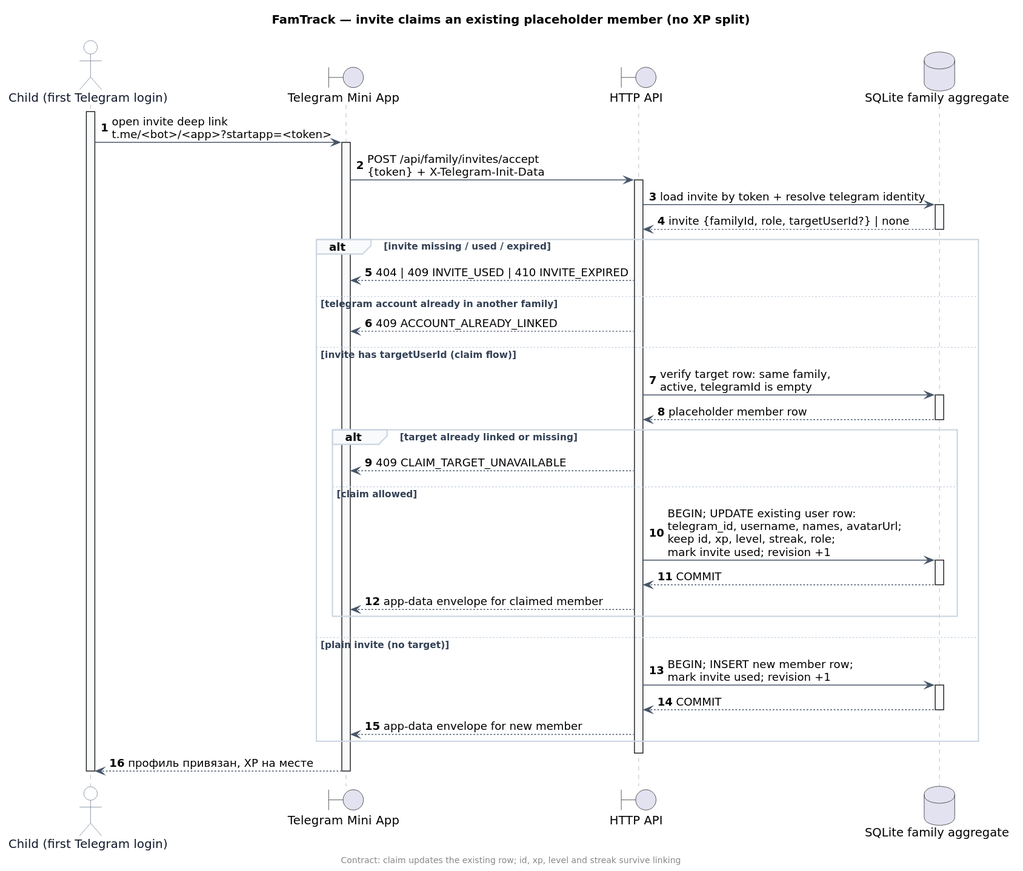
Earlier version of the PlantUML export docs/architecture/diagrams/adr-011/seq_invite_claim_existing_member.svg (NaqpaniA/FamTrack).
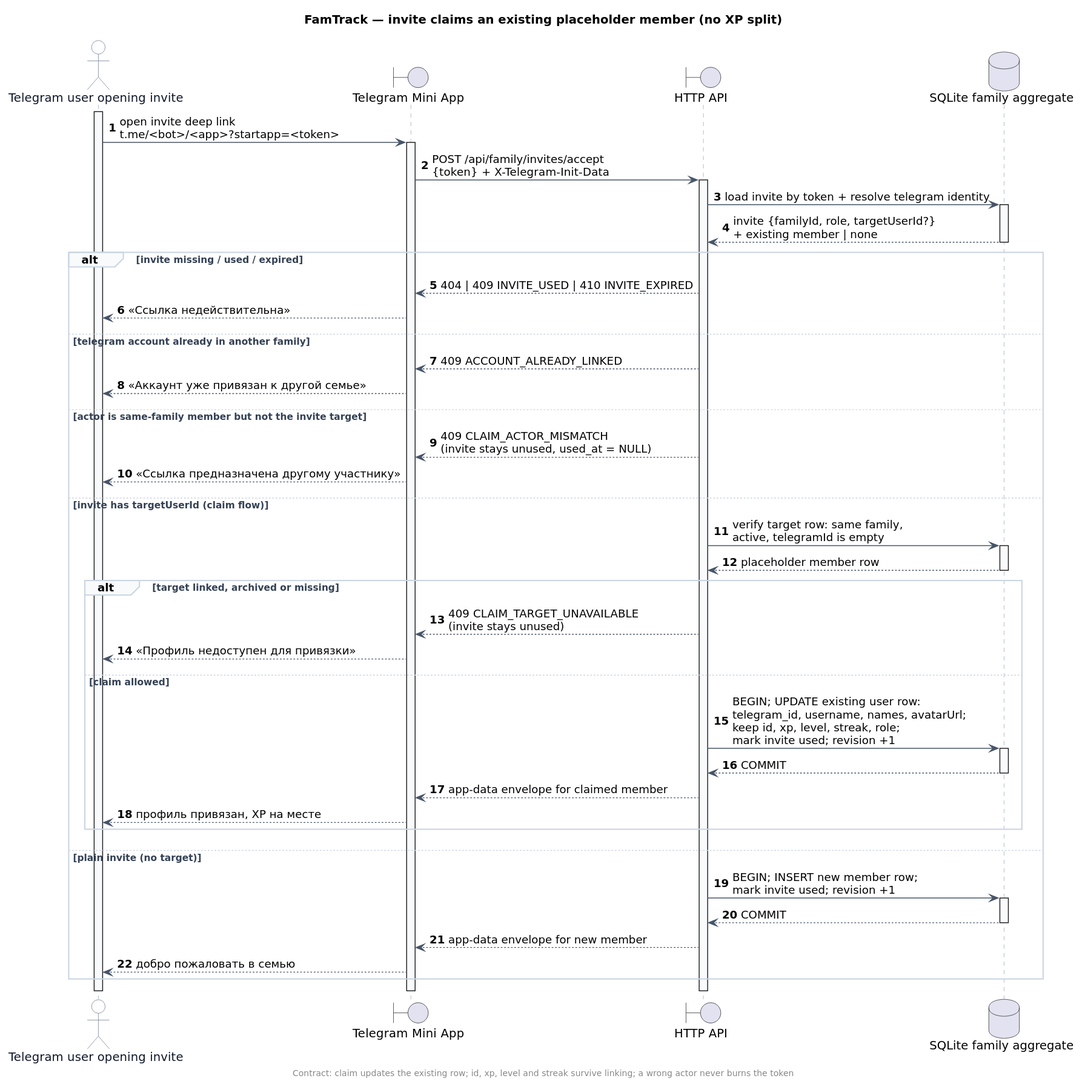
After the commit.

Commit message:
docs: ADR 011/013 board-review corrections (round 2: system architect)

The edit, as a diff of the source:
```diff
@@ -4,9 +4,9 @@
 
 autonumber
 title FamTrack — invite claims an existing placeholder member (no XP split)
-footer Contract: claim updates the existing row; id, xp, level and streak survive linking
+footer Contract: claim updates the existing row; id, xp, level and streak survive linking; a wrong actor never burns the token
 
-actor "Child (first Telegram login)" as child
+actor "Telegram user opening invite" as child
 boundary "Telegram Mini App" as app
 boundary "HTTP API" as api
 database "SQLite family aggregate" as db
@@ -18,26 +18,33 @@
 activate api
 api -> db : load invite by token + resolve telegram identity
 activate db
-db --> api : invite {familyId, role, targetUserId?} | none
+db --> api : invite {familyId, role, targetUserId?}\n+ existing member | none
 deactivate db
 
 alt invite missing / used / expired
   api --> app : 404 | 409 INVITE_USED | 410 INVITE_EXPIRED
+  app --> child : «Ссылка недействительна»
 else telegram account already in another family
   api --> app : 409 ACCOUNT_ALREADY_LINKED
+  app --> child : «Аккаунт уже привязан к другой семье»
+else actor is same-family member but not the invite target
+  api --> app : 409 CLAIM_ACTOR_MISMATCH\n(invite stays unused, used_at = NULL)
+  app --> child : «Ссылка предназначена другому участнику»
 else invite has targetUserId (claim flow)
   api -> db : verify target row: same family,\nactive, telegramId is empty
   activate db
   db --> api : placeholder member row
   deactivate db
-  alt target already linked or missing
-    api --> app : 409 CLAIM_TARGET_UNAVAILABLE
+  alt target linked, archived or missing
+    api --> app : 409 CLAIM_TARGET_UNAVAILABLE\n(invite stays unused)
+    app --> child : «Профиль недоступен для привязки»
   else claim allowed
     api -> db : BEGIN; UPDATE existing user row:\ntelegram_id, username, names, avatarUrl;\nkeep id, xp, level, streak, role;\nmark invite used; revision +1
     activate db
     db --> api : COMMIT
     deactivate db
     api --> app : app-data envelope for claimed member
+    app --> child : профиль привязан, XP на месте
   end
 else plain invite (no target)
   api -> db : BEGIN; INSERT new member row;\nmark invite used; revision +1
@@ -45,10 +52,10 @@
   db --> api : COMMIT
   deactivate db
   api --> app : app-data envelope for new member
+  app --> child : добро пожаловать в семью
 end
 
 deactivate api
-app --> child : профиль привязан, XP на месте
 deactivate app
 deactivate child
 @enduml
```
